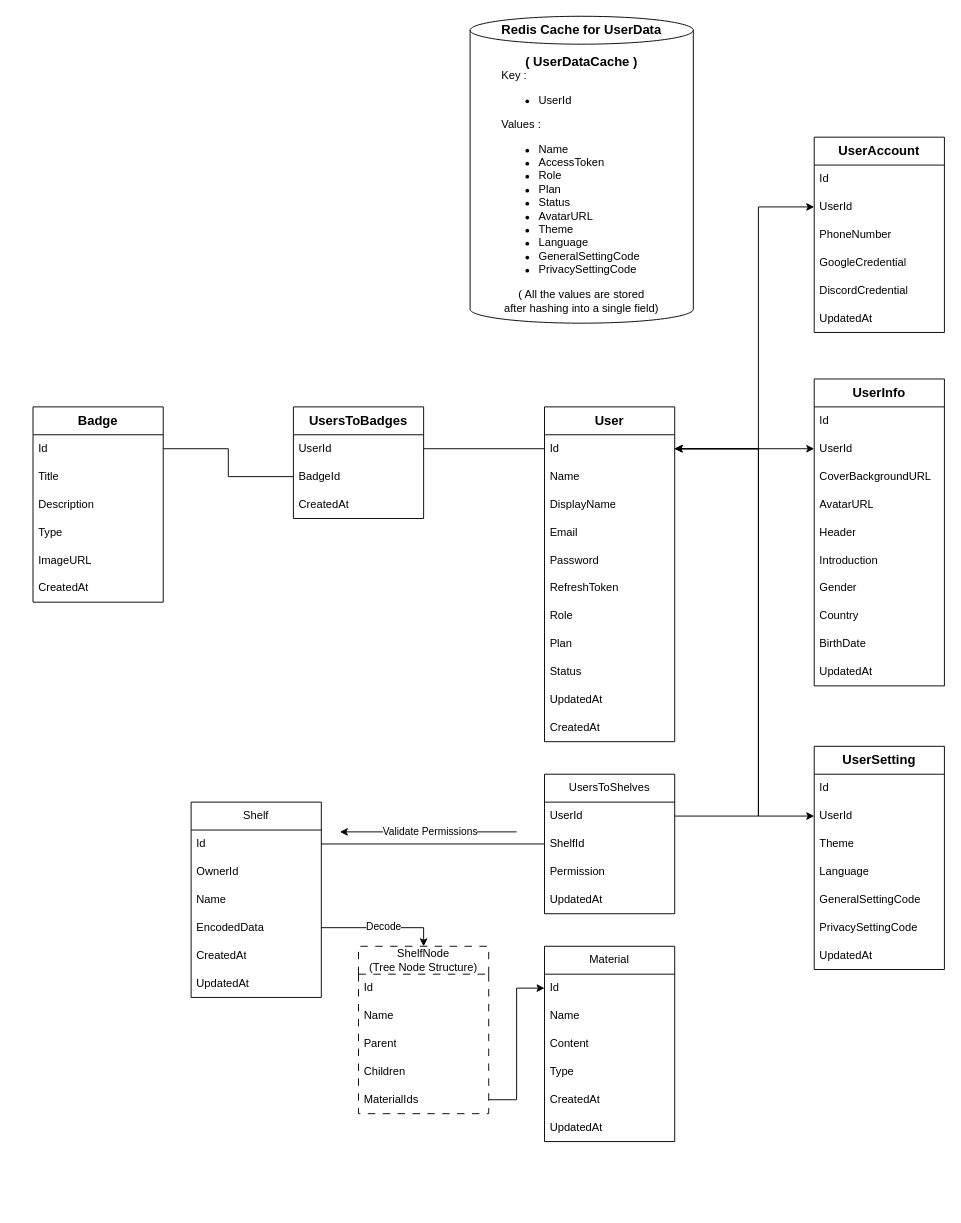
Before: docs/database-schema.drawio in HiIamJeff67/notezy-backend, a draw.io diagram. Source tidied: cells renumbered, new cells numbered last; positions are measured from the earlier drawing's top-left corner, leaving out a move shared by most shapes. Both pictures are drawn from the tidied source at 93%, with x=0, y=0 at pixel (33, 16).
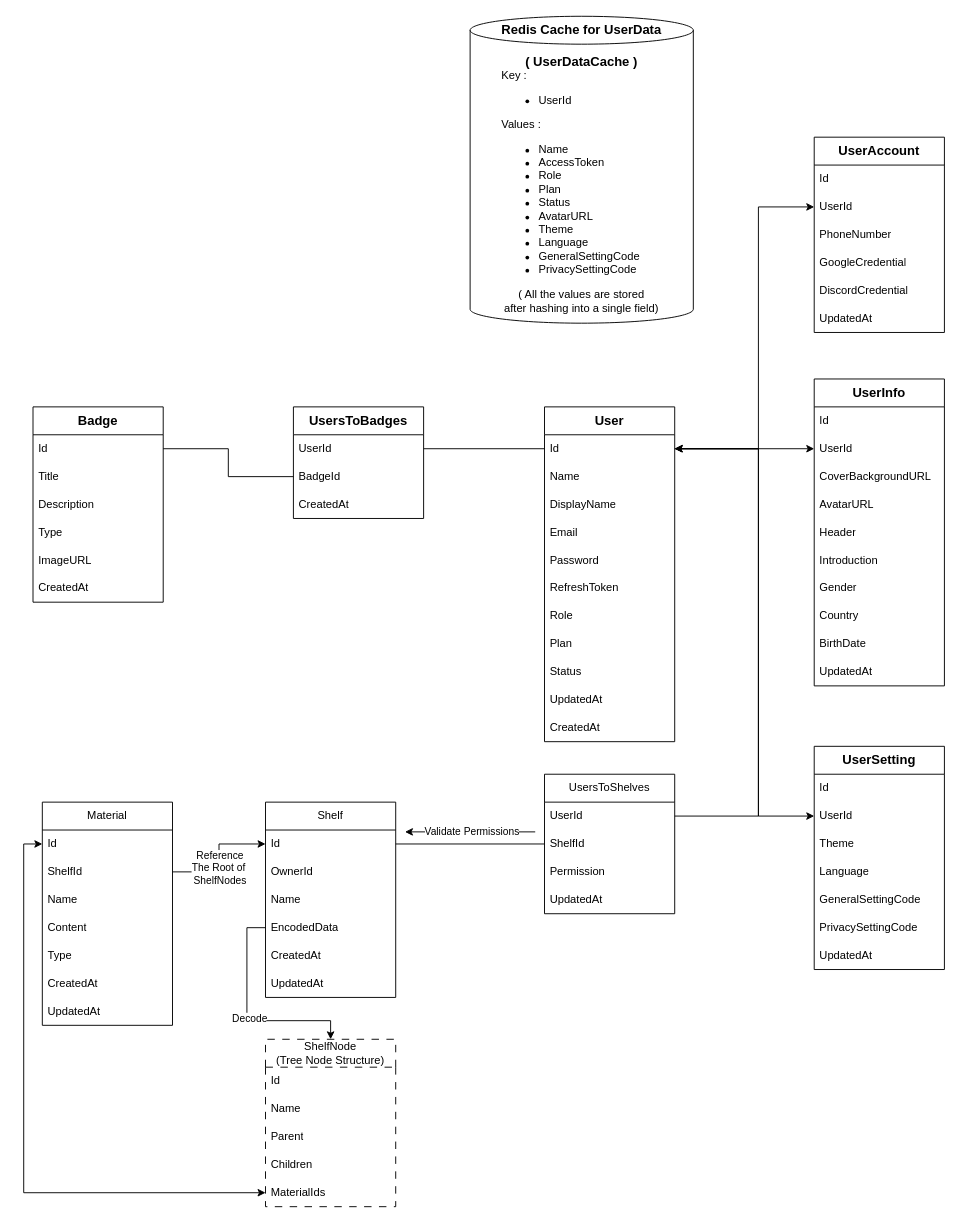
The same page after the edit.

Unchanged cells that the change refers to:
```xml
<mxCell id="58" value="Id" style="text;strokeColor=none;fillColor=none;align=left;verticalAlign=middle;spacingLeft=4;spacingRight=4;overflow=hidden;points=[[0,0.5],[1,0.5]];portConstraint=eastwest;whiteSpace=wrap;html=1;" parent="57" vertex="1">
  <mxGeometry y="30" width="140" height="30" as="geometry" />
</mxCell>
<mxCell id="61" value="EncodedData" style="text;strokeColor=none;fillColor=none;align=left;verticalAlign=middle;spacingLeft=4;spacingRight=4;overflow=hidden;points=[[0,0.5],[1,0.5]];portConstraint=eastwest;whiteSpace=wrap;html=1;" parent="57" vertex="1">
  <mxGeometry y="120" width="140" height="30" as="geometry" />
</mxCell>
<mxCell id="77" value="MaterialIds" style="text;strokeColor=none;fillColor=none;align=left;verticalAlign=middle;spacingLeft=4;spacingRight=4;overflow=hidden;points=[[0,0.5],[1,0.5]];portConstraint=eastwest;whiteSpace=wrap;html=1;" parent="72" vertex="1">
  <mxGeometry y="150" width="140" height="30" as="geometry" />
</mxCell>
<mxCell id="79" value="Id" style="text;strokeColor=none;fillColor=none;align=left;verticalAlign=middle;spacingLeft=4;spacingRight=4;overflow=hidden;points=[[0,0.5],[1,0.5]];portConstraint=eastwest;whiteSpace=wrap;html=1;" parent="78" vertex="1">
  <mxGeometry y="30" width="140" height="30" as="geometry" />
</mxCell>
```

Diff of the diagram source:
```diff
@@
     <mxCell id="57" value="Shelf" style="swimlane;fontStyle=0;horizontal=1;startSize=30;whiteSpace=wrap;html=1;" parent="1" vertex="1">
-      <mxGeometry x="170" y="845" width="140" height="210" as="geometry" />
+      <mxGeometry x="250" y="845" width="140" height="210" as="geometry" />
     </mxCell>
@@
     <mxCell id="70" style="edgeStyle=orthogonalEdgeStyle;rounded=0;jettySize=auto;html=1;entryX=0.5;entryY=0;entryDx=0;entryDy=0;" parent="1" edge="1" source="61" target="72">
-      <mxGeometry relative="1" as="geometry" />
+      <mxGeometry relative="1" as="geometry">
+        <Array as="points">
+          <mxPoint x="230" y="980" />
+          <mxPoint x="230" y="1080" />
+          <mxPoint x="320" y="1080" />
+        </Array>
+      </mxGeometry>
     </mxCell>
@@
     <mxCell id="72" value="ShelfNode&lt;div&gt;(Tree Node&amp;nbsp;&lt;span style=&quot;background-color: transparent; color: light-dark(rgb(0, 0, 0), rgb(255, 255, 255));&quot;&gt;Structure&lt;/span&gt;&lt;span style=&quot;background-color: transparent; color: light-dark(rgb(0, 0, 0), rgb(255, 255, 255));&quot;&gt;)&lt;/span&gt;&lt;/div&gt;" style="swimlane;fontStyle=0;horizontal=1;startSize=30;whiteSpace=wrap;html=1;fillStyle=auto;dashed=1;dashPattern=8 8;" parent="1" vertex="1">
-      <mxGeometry x="350" y="1000" width="140" height="180" as="geometry" />
+      <mxGeometry x="250" y="1100" width="140" height="180" as="geometry" />
     </mxCell>
@@
     <mxCell id="78" value="Material" style="swimlane;fontStyle=0;horizontal=1;startSize=30;whiteSpace=wrap;html=1;" parent="1" vertex="1">
-      <mxGeometry x="550" y="1000" width="140" height="210" as="geometry" />
+      <mxGeometry x="10" y="845" width="140" height="240" as="geometry" />
     </mxCell>
@@
+    <mxCell id="89" value="ShelfId" style="text;strokeColor=none;fillColor=none;align=left;verticalAlign=middle;spacingLeft=4;spacingRight=4;overflow=hidden;points=[[0,0.5],[1,0.5]];portConstraint=eastwest;whiteSpace=wrap;html=1;" parent="78" vertex="1">
+      <mxGeometry y="60" width="140" height="30" as="geometry" />
+    </mxCell>
     <mxCell id="80" value="Name" style="text;strokeColor=none;fillColor=none;align=left;verticalAlign=middle;spacingLeft=4;spacingRight=4;overflow=hidden;whiteSpace=wrap;html=1;" parent="78" vertex="1">
-      <mxGeometry y="60" width="140" height="30" as="geometry" />
+      <mxGeometry y="90" width="140" height="30" as="geometry" />
     </mxCell>
     <mxCell id="81" value="Content" style="text;strokeColor=none;fillColor=none;align=left;verticalAlign=middle;spacingLeft=4;spacingRight=4;overflow=hidden;whiteSpace=wrap;html=1;" parent="78" vertex="1">
-      <mxGeometry y="90" width="140" height="30" as="geometry" />
+      <mxGeometry y="120" width="140" height="30" as="geometry" />
     </mxCell>
     <mxCell id="82" value="Type" style="text;strokeColor=none;fillColor=none;align=left;verticalAlign=middle;spacingLeft=4;spacingRight=4;overflow=hidden;whiteSpace=wrap;html=1;" parent="78" vertex="1">
-      <mxGeometry y="120" width="140" height="30" as="geometry" />
+      <mxGeometry y="150" width="140" height="30" as="geometry" />
     </mxCell>
     <mxCell id="83" value="CreatedAt" style="text;strokeColor=none;fillColor=none;align=left;verticalAlign=middle;spacingLeft=4;spacingRight=4;overflow=hidden;whiteSpace=wrap;html=1;" parent="78" vertex="1">
-      <mxGeometry y="150" width="140" height="30" as="geometry" />
+      <mxGeometry y="180" width="140" height="30" as="geometry" />
     </mxCell>
     <mxCell id="84" value="UpdatedAt" style="text;strokeColor=none;fillColor=none;align=left;verticalAlign=middle;spacingLeft=4;spacingRight=4;overflow=hidden;whiteSpace=wrap;html=1;" parent="78" vertex="1">
-      <mxGeometry y="180" width="140" height="30" as="geometry" />
+      <mxGeometry y="210" width="140" height="30" as="geometry" />
     </mxCell>
@@
     <mxCell id="86" style="endArrow=classic;html=1;rounded=0;" parent="1" edge="1">
       <mxGeometry relative="1" as="geometry">
-        <mxPoint x="520" y="877" as="sourcePoint" />
-        <mxPoint x="330" y="877" as="targetPoint" />
+        <mxPoint x="540" y="877" as="sourcePoint" />
+        <mxPoint x="400" y="877" as="targetPoint" />
       </mxGeometry>
     </mxCell>
@@
-    <mxCell id="88" style="edgeStyle=orthogonalEdgeStyle;rounded=0;jettySize=auto;html=1;entryX=0;entryY=0.5;entryDx=0;entryDy=0;" parent="1" edge="1" source="77" target="79">
+    <mxCell id="88" style="edgeStyle=orthogonalEdgeStyle;rounded=0;jettySize=auto;html=1;entryX=0;entryY=0.5;entryDx=0;entryDy=0;startArrow=classic;startFill=1;" parent="1" edge="1" source="77" target="79">
       <mxGeometry relative="1" as="geometry" />
     </mxCell>
+    <mxCell id="90" style="edgeStyle=orthogonalEdgeStyle;rounded=0;jettySize=auto;html=1;entryX=0;entryY=0.5;entryDx=0;entryDy=0;endArrow=classic;endFill=1;" parent="1" edge="1" source="89" target="58">
+      <mxGeometry relative="1" as="geometry" />
+    </mxCell>
+    <mxCell id="91" value="Reference&lt;div&gt;The Root of&amp;nbsp;&lt;/div&gt;&lt;div&gt;ShelfNodes&lt;/div&gt;" style="edgeLabel;html=1;align=center;verticalAlign=middle;" parent="90" vertex="1">
+      <mxGeometry x="-0.15" relative="1" as="geometry" />
+    </mxCell>
```
